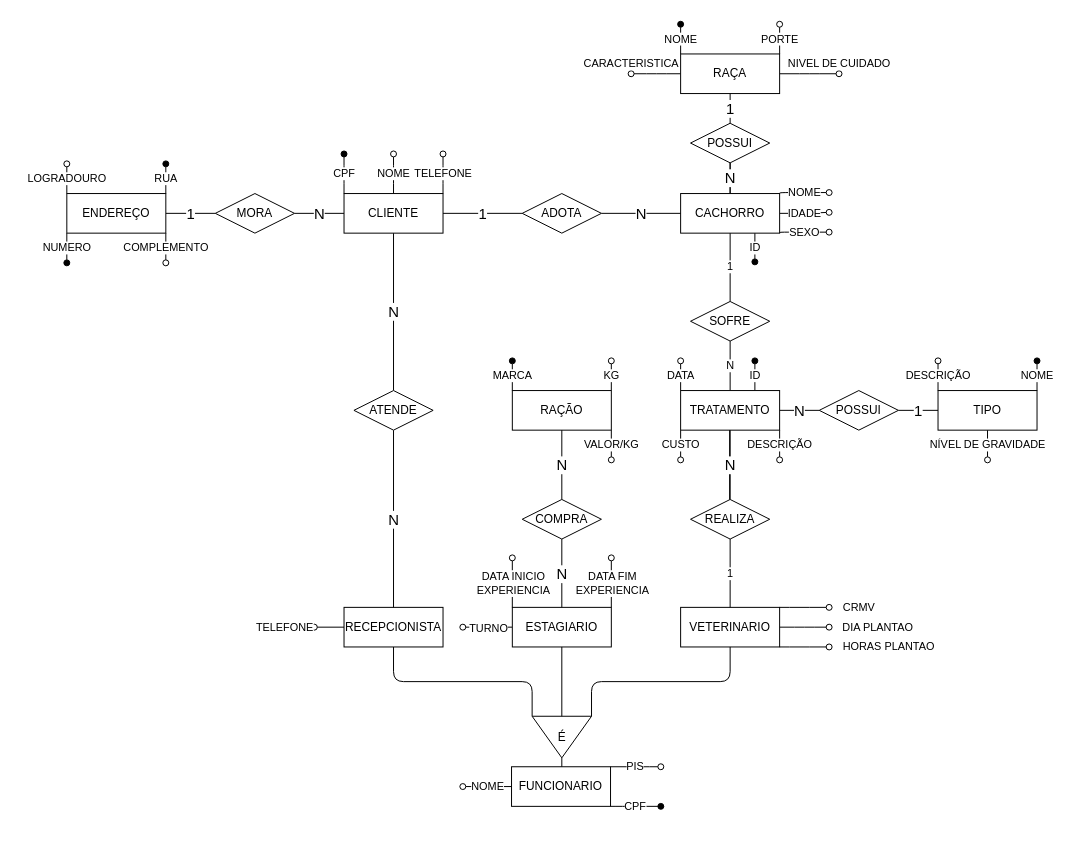
This is BANCO DE DADOS 1/PROJETO/PARTE 1/SISTEMA DE ADOÇÃO DE CACHORRO.drawio from jhonatancunha/3periodo, a draw.io file, before an edit. Source tidied: cells renumbered, new cells numbered last; positions are measured from the earlier drawing's top-left corner, leaving out a move shared by most shapes. Both pictures are drawn from the tidied source at 99%, with x=0, y=0 at pixel (66, 24).
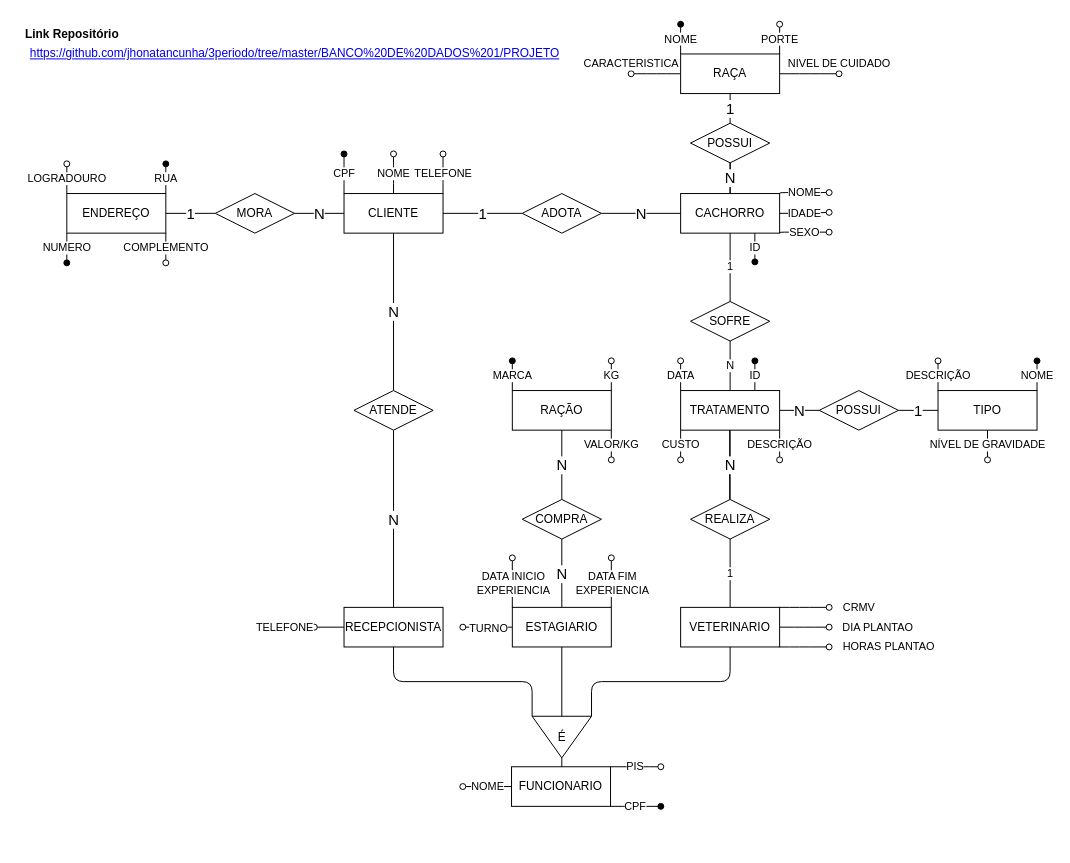
The same page after the edit.

Commit message (it also covers changes not shown here):
:sparkles: PDF Projeto BD 1 atualizado (PARTE 1).

The edit, as a diff of the source:
```diff
@@
+    <mxCell id="85" value="Link Repositório" style="text;html=1;align=center;verticalAlign=middle;fontStyle=1;" parent="1" vertex="1">
+      <mxGeometry x="-50" width="110" height="20" as="geometry" />
+    </mxCell>
+    <mxCell id="86" value="&lt;a href=&quot;https://github.com/jhonatancunha/3periodo/tree/master/BANCO%20DE%20DADOS%201/PROJETO&quot;&gt;https://github.com/jhonatancunha/3periodo/tree/master/BANCO%20DE%20DADOS%201/PROJETO&lt;/a&gt;" style="text;html=1;align=center;verticalAlign=middle;" parent="1" vertex="1">
+      <mxGeometry x="-50" y="20" width="560" height="20" as="geometry" />
+    </mxCell>
```
